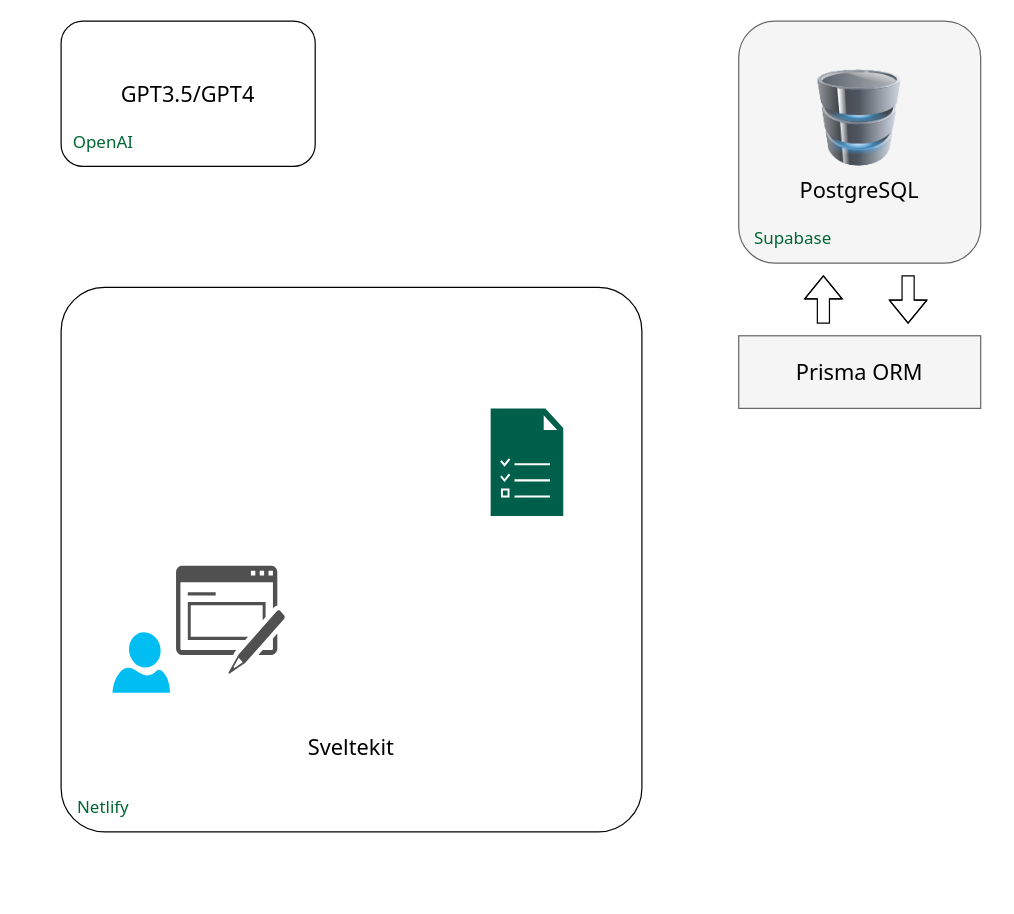
Before: static/GymCraft.drawio in DamianWrooby/gym-craft, a draw.io diagram. Source tidied: cells renumbered, new cells numbered last; positions are measured from the earlier drawing's top-left corner, leaving out a move shared by most shapes. Both pictures are drawn from the tidied source at 121%, with x=0, y=0 at pixel (36, 21).
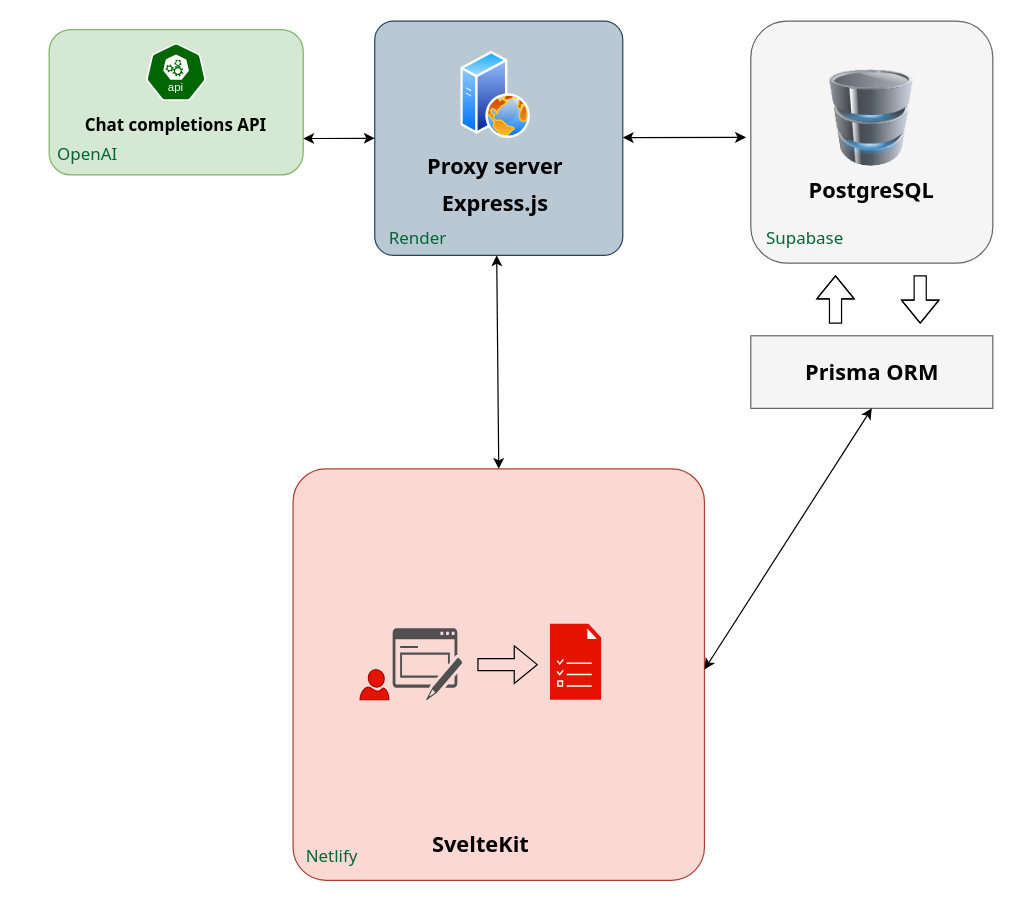
After the change.

Change to the diagram source:
```diff
@@
     <mxCell id="2" style="rounded=1;whiteSpace=wrap;html=1;fillStyle=solid;fillColor=#f5f5f5;fontColor=#333333;strokeColor=#666666;" parent="1" vertex="1">
-      <mxGeometry x="580" width="200" height="200" as="geometry" />
+      <mxGeometry x="590" width="200" height="200" as="geometry" />
     </mxCell>
     <mxCell id="3" style="image;html=1;image=img/lib/clip_art/computers/Database_128x128.png;" parent="1" vertex="1">
-      <mxGeometry x="640" y="40" width="80" height="80" as="geometry" />
+      <mxGeometry x="650" y="40" width="80" height="80" as="geometry" />
     </mxCell>
-    <mxCell id="4" value="PostgreSQL" style="text;strokeColor=none;align=center;fillColor=none;html=1;verticalAlign=middle;whiteSpace=wrap;rounded=0;fontFamily=Tahoma;fontSize=18;" parent="1" vertex="1">
-      <mxGeometry x="625" y="110" width="110" height="60" as="geometry" />
+    <mxCell id="4" value="&lt;b&gt;PostgreSQL&lt;/b&gt;" style="text;strokeColor=none;align=center;fillColor=none;html=1;verticalAlign=middle;whiteSpace=wrap;rounded=0;fontFamily=Tahoma;fontSize=18;" parent="1" vertex="1">
+      <mxGeometry x="635" y="110" width="110" height="60" as="geometry" />
     </mxCell>
     <mxCell id="5" value="Supabase" style="text;strokeColor=none;align=center;fillColor=none;html=1;verticalAlign=middle;whiteSpace=wrap;rounded=0;fontFamily=Tahoma;fontSize=14;fontColor=#006633;" parent="1" vertex="1">
-      <mxGeometry x="570" y="150" width="110" height="60" as="geometry" />
+      <mxGeometry x="580" y="150" width="110" height="60" as="geometry" />
     </mxCell>
     <mxCell id="6" style="rounded=0;whiteSpace=wrap;html=1;fillColor=#f5f5f5;fontColor=#333333;strokeColor=#666666;" parent="1" vertex="1">
-      <mxGeometry x="580" y="260" width="200" height="60" as="geometry" />
+      <mxGeometry x="590" y="260" width="200" height="60" as="geometry" />
     </mxCell>
-    <mxCell id="7" value="Prisma ORM" style="text;strokeColor=none;align=center;fillColor=none;html=1;verticalAlign=middle;whiteSpace=wrap;rounded=0;fontFamily=Tahoma;fontSize=18;" parent="1" vertex="1">
-      <mxGeometry x="625" y="260" width="110" height="60" as="geometry" />
+    <mxCell id="7" value="&lt;b&gt;Prisma ORM&lt;/b&gt;" style="text;strokeColor=none;align=center;fillColor=none;html=1;verticalAlign=middle;whiteSpace=wrap;rounded=0;fontFamily=Tahoma;fontSize=18;" parent="1" vertex="1">
+      <mxGeometry x="632.5" y="260" width="115" height="60" as="geometry" />
     </mxCell>
     <mxCell id="8" style="shape=flexArrow;endArrow=classic;html=1;rounded=0;" parent="1" edge="1">
       <mxGeometry relative="1" as="geometry">
-        <mxPoint x="650" y="250" as="sourcePoint" />
-        <mxPoint x="650" y="210" as="targetPoint" />
+        <mxPoint x="660" y="250" as="sourcePoint" />
+        <mxPoint x="660" y="210" as="targetPoint" />
         <Array as="points">
-          <mxPoint x="650" y="230" />
+          <mxPoint x="660" y="230" />
         </Array>
       </mxGeometry>
     </mxCell>
     <mxCell id="9" style="shape=flexArrow;endArrow=classic;html=1;rounded=0;" parent="1" edge="1">
       <mxGeometry relative="1" as="geometry">
-        <mxPoint x="720" y="210" as="sourcePoint" />
-        <mxPoint x="720" y="250" as="targetPoint" />
+        <mxPoint x="730" y="210" as="sourcePoint" />
+        <mxPoint x="730" y="250" as="targetPoint" />
         <Array as="points">
-          <mxPoint x="720" y="230" />
+          <mxPoint x="730" y="230" />
         </Array>
       </mxGeometry>
     </mxCell>
-    <mxCell id="10" style="rounded=1;whiteSpace=wrap;html=1;arcSize=8;" parent="1" vertex="1">
-      <mxGeometry x="20" y="220" width="480" height="450" as="geometry" />
+    <mxCell id="10" style="rounded=1;whiteSpace=wrap;html=1;arcSize=8;fillColor=#fad9d5;strokeColor=#ae4132;" parent="1" vertex="1">
+      <mxGeometry x="211.7" y="370" width="340" height="340" as="geometry" />
     </mxCell>
     <mxCell id="11" value="Netlify" style="text;strokeColor=none;align=center;fillColor=none;html=1;verticalAlign=middle;whiteSpace=wrap;rounded=0;fontFamily=Tahoma;fontSize=14;fontColor=#006633;" parent="1" vertex="1">
-      <mxGeometry y="620" width="110" height="60" as="geometry" />
+      <mxGeometry x="188.5" y="660" width="110" height="60" as="geometry" />
     </mxCell>
-    <mxCell id="12" style="rounded=1;whiteSpace=wrap;html=1;" parent="1" vertex="1">
-      <mxGeometry x="20" width="210" height="120" as="geometry" />
+    <mxCell id="12" style="rounded=1;whiteSpace=wrap;html=1;fillColor=#d5e8d4;strokeColor=#82b366;" parent="1" vertex="1">
+      <mxGeometry x="10.1" y="7" width="210" height="120" as="geometry" />
     </mxCell>
     <mxCell id="13" value="OpenAI" style="text;strokeColor=none;align=center;fillColor=none;html=1;verticalAlign=middle;whiteSpace=wrap;rounded=0;fontFamily=Tahoma;fontSize=14;fontColor=#006633;" parent="1" vertex="1">
-      <mxGeometry y="70" width="110" height="60" as="geometry" />
+      <mxGeometry x="-13" y="80" width="110" height="60" as="geometry" />
     </mxCell>
-    <mxCell id="14" value="GPT3.5/GPT4" style="text;strokeColor=none;align=center;fillColor=none;html=1;verticalAlign=middle;whiteSpace=wrap;rounded=0;fontFamily=Tahoma;fontSize=18;" parent="1" vertex="1">
-      <mxGeometry x="70" y="30" width="110" height="60" as="geometry" />
+    <mxCell id="14" value="&lt;b&gt;&lt;font style=&quot;font-size: 14px;&quot;&gt;Chat completions API&lt;/font&gt;&lt;/b&gt;" style="text;strokeColor=none;align=center;fillColor=none;html=1;verticalAlign=middle;whiteSpace=wrap;rounded=0;fontFamily=Tahoma;fontSize=18;" parent="1" vertex="1">
+      <mxGeometry x="35.1" y="54" width="160.1" height="60" as="geometry" />
     </mxCell>
     <mxCell id="15" style="sketch=0;shadow=0;dashed=0;html=1;strokeColor=none;fillColor=#505050;labelPosition=center;verticalLabelPosition=bottom;verticalAlign=top;align=center;shape=mxgraph.office.concepts.form;" parent="1" vertex="1">
-      <mxGeometry x="115" y="450" width="90" height="89.5" as="geometry" />
+      <mxGeometry x="294" y="501.8" width="57.5" height="59.5" as="geometry" />
     </mxCell>
-    <mxCell id="16" style="verticalLabelPosition=bottom;html=1;verticalAlign=top;align=center;strokeColor=none;fillColor=#00BEF2;shape=mxgraph.azure.user;" parent="1" vertex="1">
-      <mxGeometry x="62.5" y="505" width="47.5" height="50" as="geometry" />
+    <mxCell id="16" style="verticalLabelPosition=bottom;html=1;verticalAlign=top;align=center;strokeColor=#B20000;fillColor=#e51400;shape=mxgraph.azure.user;fontColor=#ffffff;" parent="1" vertex="1">
+      <mxGeometry x="267.1" y="535.8" width="23.8" height="25" as="geometry" />
     </mxCell>
-    <mxCell id="17" value="Sveltekit" style="text;strokeColor=none;align=center;fillColor=none;html=1;verticalAlign=middle;whiteSpace=wrap;rounded=0;fontFamily=Tahoma;fontSize=18;" parent="1" vertex="1">
-      <mxGeometry x="205" y="570" width="110" height="60" as="geometry" />
+    <mxCell id="17" value="&lt;b&gt;SvelteKit&lt;/b&gt;" style="text;strokeColor=none;align=center;fillColor=none;html=1;verticalAlign=middle;whiteSpace=wrap;rounded=0;fontFamily=Tahoma;fontSize=18;" parent="1" vertex="1">
+      <mxGeometry x="311.7" y="650" width="110" height="60" as="geometry" />
     </mxCell>
-    <mxCell id="18" style="sketch=0;shadow=0;dashed=0;html=1;strokeColor=none;fillColor=#005F4B;labelPosition=center;verticalLabelPosition=bottom;verticalAlign=top;align=center;shape=mxgraph.veeam2.task_list;" parent="1" vertex="1">
-      <mxGeometry x="375" y="320" width="60" height="89" as="geometry" />
+    <mxCell id="18" style="sketch=0;shadow=0;dashed=0;html=1;strokeColor=#B20000;fillColor=#e51400;labelPosition=center;verticalLabelPosition=bottom;verticalAlign=top;align=center;shape=mxgraph.veeam2.task_list;fontColor=#ffffff;" parent="1" vertex="1">
+      <mxGeometry x="424" y="498" width="42.3" height="62.8" as="geometry" />
     </mxCell>
+    <mxCell id="19" style="shape=flexArrow;endArrow=classic;html=1;rounded=0;" parent="1" edge="1">
+      <mxGeometry relative="1" as="geometry">
+        <mxPoint x="364" y="531.8" as="sourcePoint" />
+        <mxPoint x="414" y="531.8" as="targetPoint" />
+      </mxGeometry>
+    </mxCell>
+    <mxCell id="20" style="rounded=1;whiteSpace=wrap;html=1;arcSize=8;fillColor=#bac8d3;strokeColor=#23445d;" parent="1" vertex="1">
+      <mxGeometry x="279.2" width="205" height="193.5" as="geometry" />
+    </mxCell>
+    <mxCell id="21" value="Render" style="text;strokeColor=none;align=center;fillColor=none;html=1;verticalAlign=middle;whiteSpace=wrap;rounded=0;fontFamily=Tahoma;fontSize=14;fontColor=#006633;" parent="1" vertex="1">
+      <mxGeometry x="260" y="150" width="110" height="60" as="geometry" />
+    </mxCell>
+    <mxCell id="22" value="&lt;b&gt;Proxy server&lt;/b&gt;" style="text;strokeColor=none;align=center;fillColor=none;html=1;verticalAlign=middle;whiteSpace=wrap;rounded=0;fontFamily=Tahoma;fontSize=18;" parent="1" vertex="1">
+      <mxGeometry x="319.2" y="90" width="120" height="60" as="geometry" />
+    </mxCell>
+    <mxCell id="23" value="&lt;b&gt;Express.js&lt;/b&gt;" style="text;strokeColor=none;align=center;fillColor=none;html=1;verticalAlign=middle;whiteSpace=wrap;rounded=0;fontFamily=Tahoma;fontSize=18;" parent="1" vertex="1">
+      <mxGeometry x="319.2" y="120" width="120" height="60" as="geometry" />
+    </mxCell>
+    <mxCell id="24" style="endArrow=classic;startArrow=classic;html=1;rounded=0;exitX=0;exitY=0.5;exitDx=0;exitDy=0;entryX=1;entryY=0.75;entryDx=0;entryDy=0;" parent="1" edge="1" source="20" target="12">
+      <mxGeometry relative="1" as="geometry" />
+    </mxCell>
+    <mxCell id="25" style="endArrow=classic;startArrow=classic;html=1;rounded=0;entryX=1;entryY=0.75;entryDx=0;entryDy=0;" parent="1" edge="1">
+      <mxGeometry relative="1" as="geometry">
+        <mxPoint x="586" y="96" as="sourcePoint" />
+        <mxPoint x="484.2" y="96.2" as="targetPoint" />
+      </mxGeometry>
+    </mxCell>
+    <mxCell id="26" style="image;perimeter=ellipsePerimeter;html=1;align=center;shadow=0;dashed=0;spacingTop=3;image=img/lib/active_directory/web_server.svg;" parent="1" vertex="1">
+      <mxGeometry x="350.4" y="25" width="57.6" height="72" as="geometry" />
+    </mxCell>
+    <mxCell id="27" style="sketch=0;html=1;dashed=0;whitespace=wrap;verticalLabelPosition=bottom;verticalAlign=top;fillColor=#006600;strokeColor=#ffffff;shape=mxgraph.kubernetes.icon2;kubernetesLabel=1;prIcon=api;" parent="1" vertex="1">
+      <mxGeometry x="90" y="18" width="50" height="48" as="geometry" />
+    </mxCell>
+    <mxCell id="28" style="endArrow=classic;startArrow=classic;html=1;rounded=0;exitX=0.5;exitY=0;exitDx=0;exitDy=0;" parent="1" edge="1" source="10">
+      <mxGeometry relative="1" as="geometry">
+        <mxPoint x="380" y="193.5" as="targetPoint" />
+      </mxGeometry>
+    </mxCell>
+    <mxCell id="29" style="endArrow=classic;startArrow=classic;html=1;rounded=0;entryX=0.5;entryY=1;entryDx=0;entryDy=0;" parent="1" edge="1" target="7">
+      <mxGeometry relative="1" as="geometry">
+        <mxPoint x="551.7" y="535.8" as="sourcePoint" />
+      </mxGeometry>
+    </mxCell>
```
